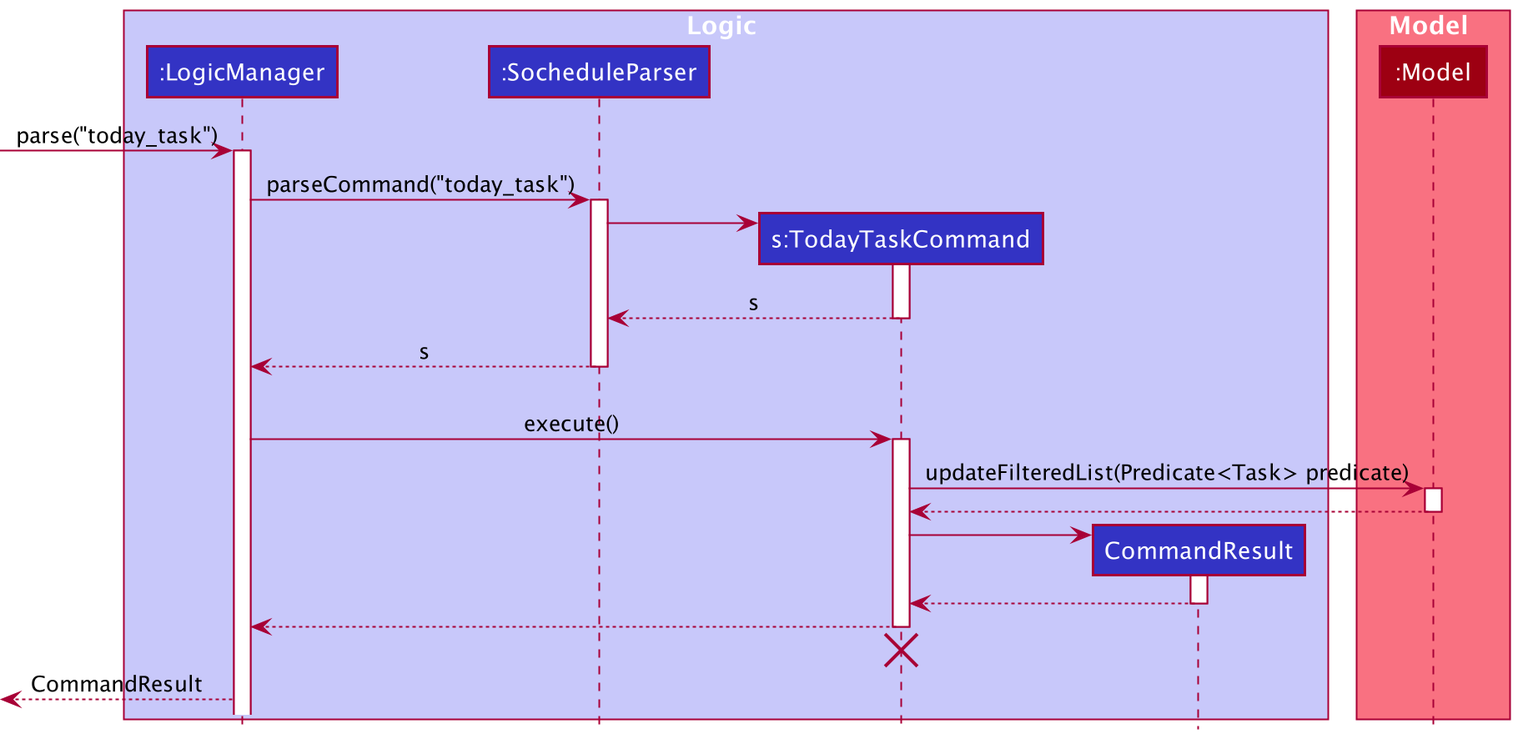
This is docs/images/TodayTaskCommandSequenceDiagram.png from nus-cs2103-AY2021S2/tp, a PlantUML export, as it was before one commit.
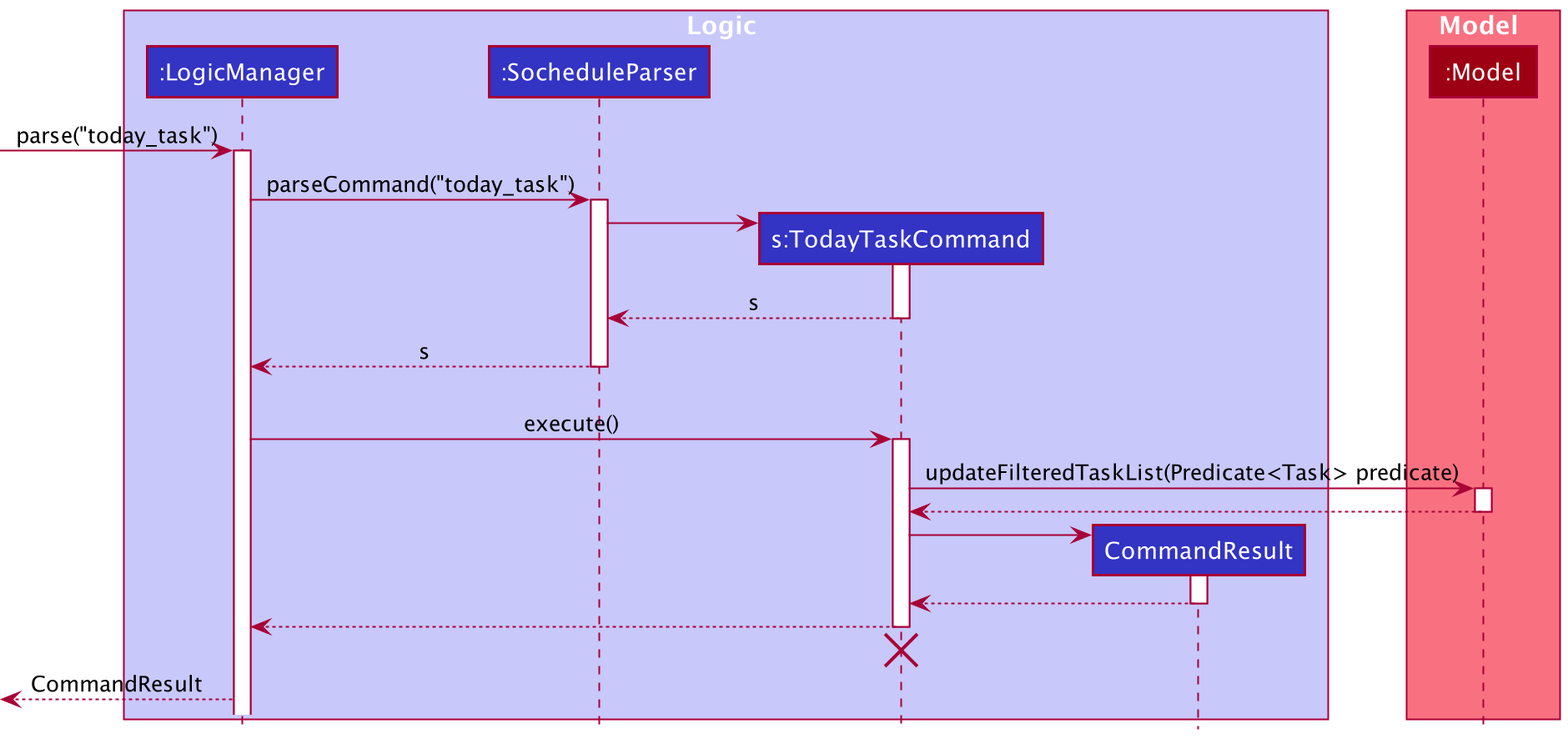
The same diagram one commit later.

Commit message:
Fix the dg bug for find_task, find_event, today_task and today_event

Change to the diagram source:
```diff
@@ -32,7 +32,7 @@
 LogicManager -> TodayTaskCommand : execute()
 activate TodayTaskCommand
 
-TodayTaskCommand -> Model : updateFilteredList(Predicate<Task> predicate)
+TodayTaskCommand -> Model : updateFilteredTaskList(Predicate<Task> predicate)
 activate Model
 TodayTaskCommand <-- Model
 deactivate Model
```
